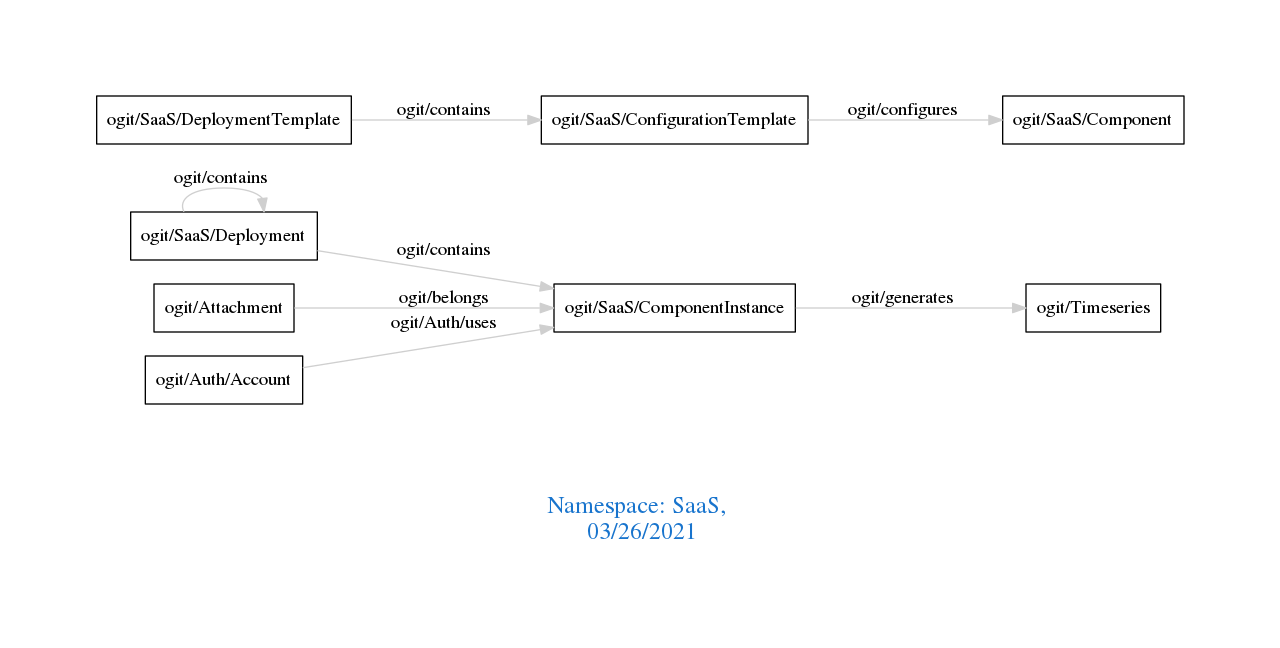
Earlier version of the Graphviz export downloads/SaaS.png (arago/OGIT). Its source is kept beside it as downloads/SaaS.dot.
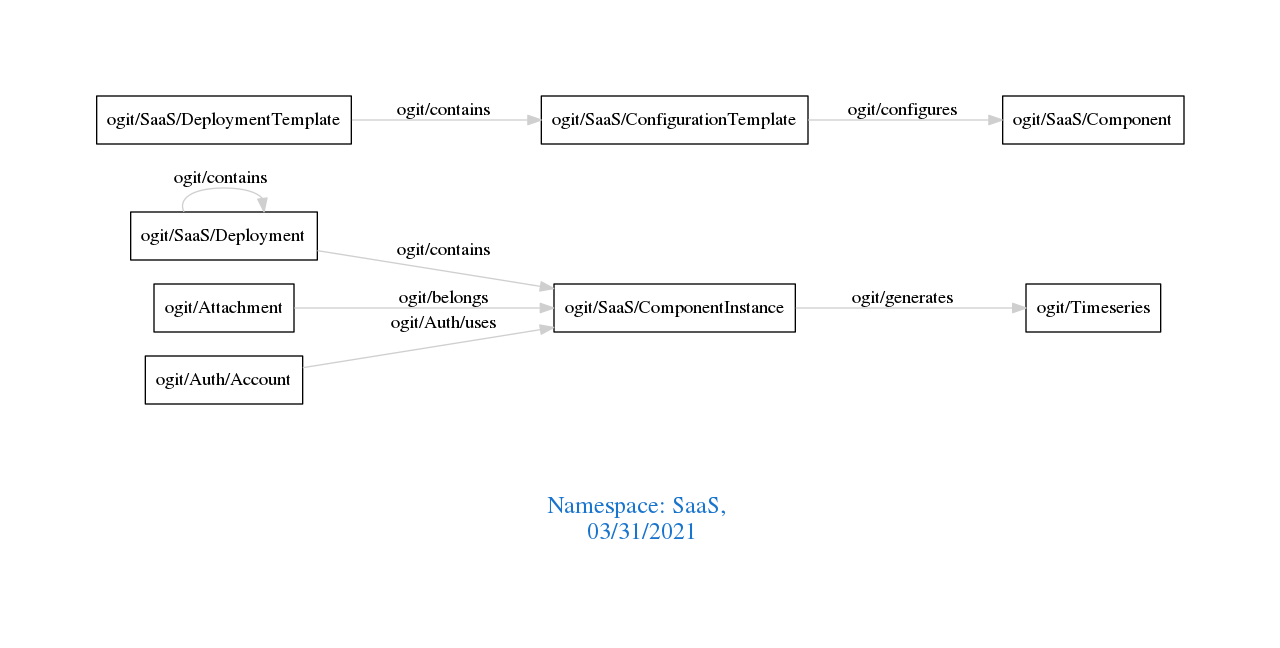
After the commit.

Change to the diagram source:
```diff
@@ -1,7 +1,7 @@
 digraph OGIT_ontology {
  graph [ rankdir= LR,pad=1
 fontsize = 18,
-fontcolor= dodgerblue3,label = "\n\n\nNamespace: SaaS, \n 03/26/2021"];
+fontcolor= dodgerblue3,label = "\n\n\nNamespace: SaaS, \n 03/31/2021"];
 node[shape=polygon];
 edge [  color="gray81"];
 
```
